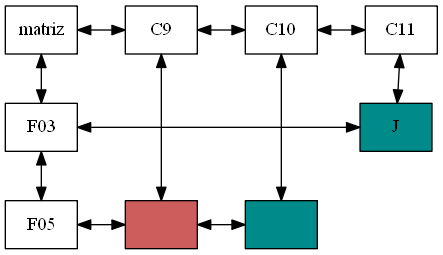
Before: Reportes/Matriz.png, a diagram exported from Graphviz (hr9457/EDD_1S2020_PY1_201314296). Its source is kept beside it as ArchivosDot/Matriz.dot.
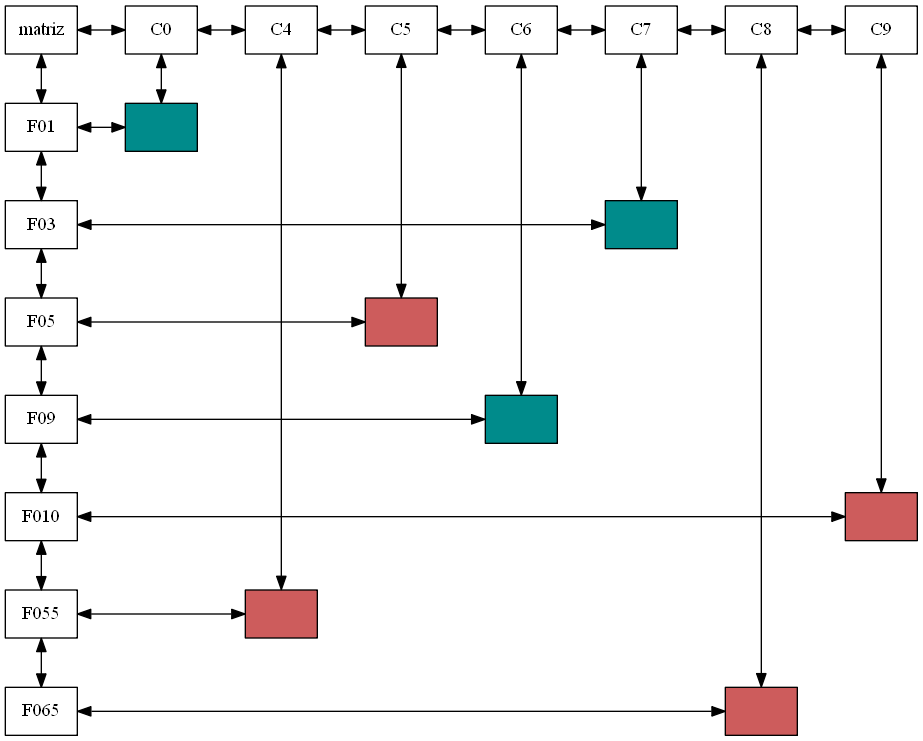
After the change.

What changed in the source:
```diff
@@ -2,28 +2,55 @@
 graph [ranksep="0.5", nodesep="0.5"];
 node [shape=record];
 matriz[group = columna];
-C90[group =4,label="C9"];
-C100[group =5,label="C10"];
-C110[group =6,label="C11"];
-C90->C100->C110[dir=both];
-{rank = same; matriz;C90;C100;C110}
-matriz->C90[dir=both];
+C00[group =0,label="C0"];
+C40[group =1,label="C4"];
+C50[group =2,label="C5"];
+C60[group =3,label="C6"];
+C70[group =4,label="C7"];
+C80[group =5,label="C8"];
+C90[group =6,label="C9"];
+C00->C40->C50->C60->C70->C80->C90[dir=both];
+{rank = same; matriz;C00;C40;C50;C60;C70;C80;C90}
+matriz->C00[dir=both];
 
+F01[group = columna];
 F03[group = columna];
 F05[group = columna];
-F03->F05[dir=both];
-matriz->F03[dir=both];
+F09[group = columna];
+F010[group = columna];
+F055[group = columna];
+F065[group = columna];
+F01->F03->F05->F09->F010->F055->F065[dir=both];
+matriz->F01[dir=both];
 
-F03->nodo113J[dir=both];
-{rank = same; F03;nodo113J;}
-F05->nodo950->nodo1050[dir=both];
-{rank = same; F05;nodo950;nodo1050;}
+F01->nodo010[dir=both];
+{rank = same; F01;nodo010;}
+F03->nodo730[dir=both];
+{rank = same; F03;nodo730;}
+F05->nodo550[dir=both];
+{rank = same; F05;nodo550;}
+F09->nodo690[dir=both];
+{rank = same; F09;nodo690;}
+F010->nodo9100[dir=both];
+{rank = same; F010;nodo9100;}
+F055->nodo4550[dir=both];
+{rank = same; F055;nodo4550;}
+F065->nodo8650[dir=both];
+{rank = same; F065;nodo8650;}
 
-nodo950[group =0,label="",style=filled,fillcolor="Indianred"];
-C90->nodo950[dir=both];
-nodo1050[group =1,label="",style=filled,fillcolor="cyan4"];
-C100->nodo1050[dir=both];
-nodo113J[group =2,label="J",style=filled,fillcolor="cyan4"];
-C110->nodo113J[dir=both];
+nodo010[group =0,label="",style=filled,fillcolor="cyan4"];
+C00->nodo010[dir=both];
+nodo4550[group =1,label="",style=filled,fillcolor="Indianred"];
+C40->nodo4550[dir=both];
+nodo550[group =2,label="",style=filled,fillcolor="Indianred"];
+C50->nodo550[dir=both];
+nodo690[group =3,label="",style=filled,fillcolor="cyan4"];
+C60->nodo690[dir=both];
+nodo730[group =4,label="",style=filled,fillcolor="cyan4"];
+C70->nodo730[dir=both];
+nodo8650[group =5,label="",style=filled,fillcolor="Indianred"];
+C80->nodo8650[dir=both];
+nodo9100[group =6,label="",style=filled,fillcolor="Indianred"];
+C90->nodo9100[dir=both];
 
 }
```
